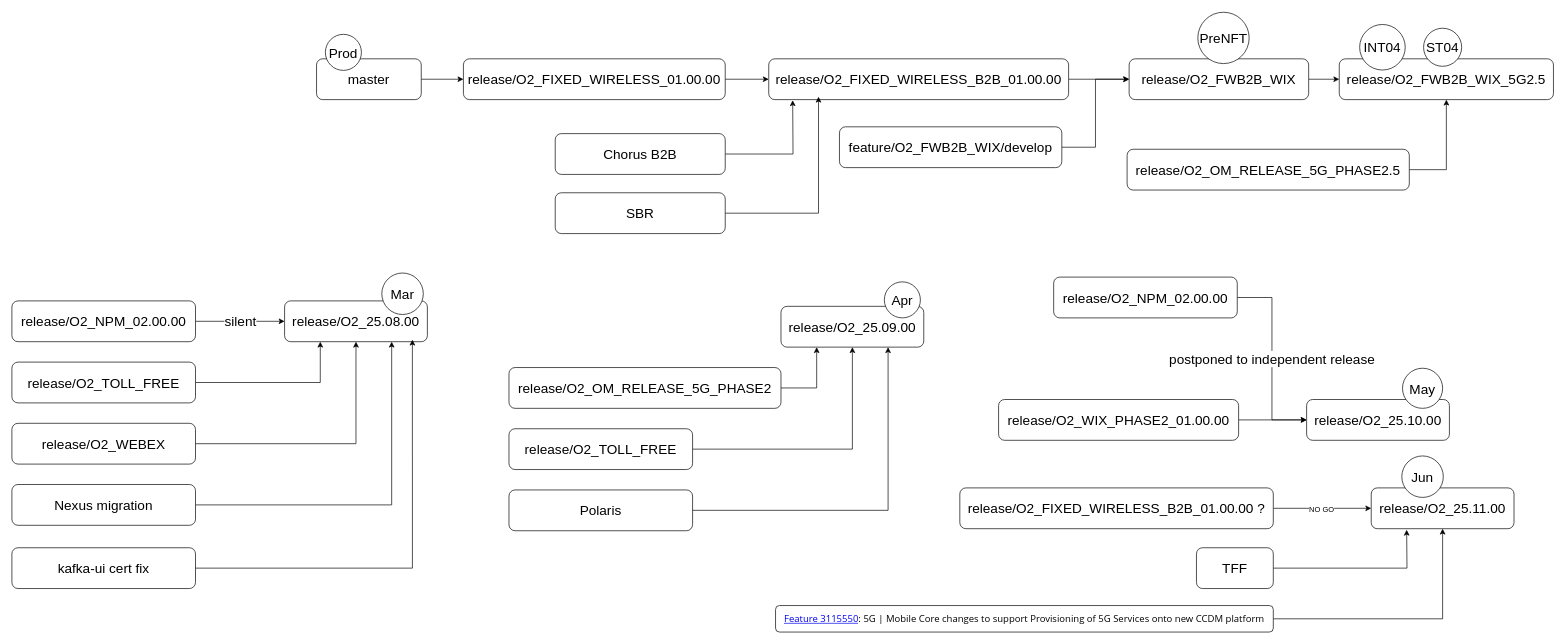
huangdgm/drawio keeps this draw.io diagram as sparknz_branches.drawio. Above is the earlier version. Source tidied: cells renumbered, new cells numbered last; positions are measured from the earlier drawing's top-left corner, leaving out a move shared by most shapes. Both pictures are drawn from the tidied source at 68%, with x=0, y=0 at pixel (12, 12).
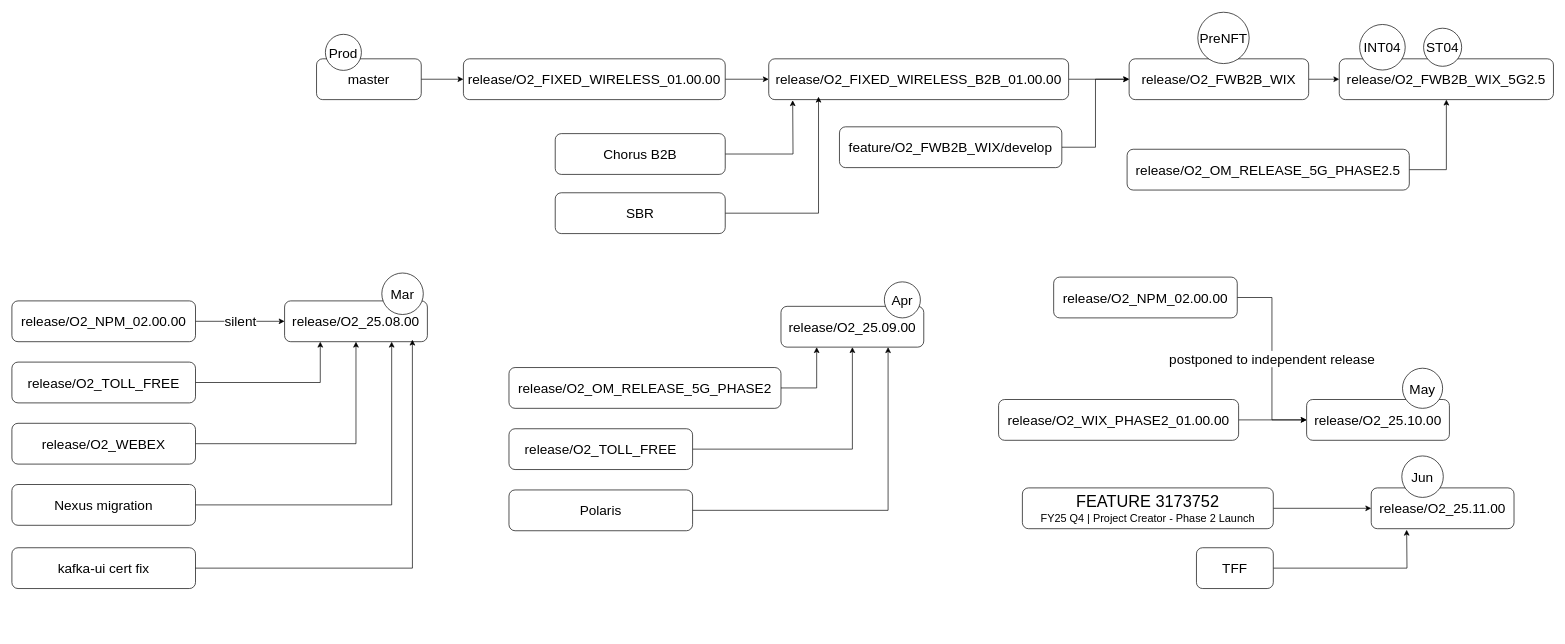
The same diagram, later.

Unchanged cells that the change refers to:
```xml
<mxCell id="46" value="release/O2_25.11.00" style="rounded=1;whiteSpace=wrap;html=1;fontSize=20;" parent="1" vertex="1">
  <mxGeometry x="1999" y="699" width="210" height="60" as="geometry" />
</mxCell>
```

Diff of the diagram source:
```diff
@@
-    <mxCell id="38" style="edgeStyle=orthogonalEdgeStyle;rounded=0;jettySize=auto;html=1;exitX=1;exitY=0.5;exitDx=0;exitDy=0;entryX=0;entryY=0.5;entryDx=0;entryDy=0;fontSize=20;" parent="1" edge="1" source="40" target="46">
-      <mxGeometry relative="1" as="geometry" />
-    </mxCell>
-    <mxCell id="39" value="NO GO" style="edgeLabel;html=1;align=center;verticalAlign=middle;" parent="38" vertex="1">
-      <mxGeometry x="-0.03" y="-1" relative="1" as="geometry" />
-    </mxCell>
-    <mxCell id="40" value="release/O2_FIXED_WIRELESS_B2B_01.00.00 ?" style="rounded=1;whiteSpace=wrap;html=1;fontSize=20;" parent="1" vertex="1">
-      <mxGeometry x="1394" y="699" width="461" height="60" as="geometry" />
-    </mxCell>
@@
-    <mxCell id="54" style="edgeStyle=orthogonalEdgeStyle;rounded=0;jettySize=auto;html=1;exitX=1;exitY=0.5;exitDx=0;exitDy=0;entryX=0.5;entryY=1;entryDx=0;entryDy=0;" parent="1" edge="1" source="55" target="46">
-      <mxGeometry relative="1" as="geometry" />
-    </mxCell>
-    <mxCell id="55" value="&lt;a style=&quot;box-sizing: border-box; border-radius: 2px; cursor: pointer; outline: transparent; transition: color 80ms cubic-bezier(0.165, 0.84, 0.44, 1), background 80ms linear; font-family: &amp;quot;Segoe UI VSS (Regular)&amp;quot;, &amp;quot;Segoe UI&amp;quot;, -apple-system, &amp;quot;system-ui&amp;quot;, Roboto, &amp;quot;Helvetica Neue&amp;quot;, Helvetica, Ubuntu, Arial, sans-serif, &amp;quot;Apple Color Emoji&amp;quot;, &amp;quot;Segoe UI Emoji&amp;quot;, &amp;quot;Segoe UI Symbol&amp;quot;; font-size: 14px; text-align: start; white-space: pre; background-color: rgb(255, 255, 255);&quot; tabindex=&quot;0&quot; href=&quot;https://dev.azure.com/sparknz/Spark/_workitems/edit/3115550&quot; class=&quot;bolt-link&quot;&gt;Feature 3115550&lt;/a&gt;&lt;span style=&quot;font-family: &amp;quot;Segoe UI VSS (Regular)&amp;quot;, &amp;quot;Segoe UI&amp;quot;, -apple-system, &amp;quot;system-ui&amp;quot;, Roboto, &amp;quot;Helvetica Neue&amp;quot;, Helvetica, Ubuntu, Arial, sans-serif, &amp;quot;Apple Color Emoji&amp;quot;, &amp;quot;Segoe UI Emoji&amp;quot;, &amp;quot;Segoe UI Symbol&amp;quot;; font-size: 14px; text-align: start; white-space: pre; background-color: rgb(255, 255, 255);&quot;&gt;: 5G | Mobile Core changes to support Provisioning of 5G Services onto new CCDM platform&lt;/span&gt;" style="rounded=1;whiteSpace=wrap;html=1;" parent="1" vertex="1">
-      <mxGeometry x="1123" y="872" width="732" height="39" as="geometry" />
-    </mxCell>
@@
+    <mxCell id="58" style="edgeStyle=orthogonalEdgeStyle;rounded=0;jettySize=auto;html=1;exitX=1;exitY=0.5;exitDx=0;exitDy=0;entryX=0;entryY=0.5;entryDx=0;entryDy=0;" parent="1" edge="1" source="59" target="46">
+      <mxGeometry relative="1" as="geometry" />
+    </mxCell>
+    <mxCell id="59" value="&lt;div&gt;&lt;font style=&quot;font-size: 24px;&quot;&gt;FEATURE 3173752&lt;/font&gt;&lt;/div&gt;&lt;div&gt;&lt;font size=&quot;3&quot;&gt;FY25 Q4 | Project Creator - Phase 2 Launch&lt;/font&gt;&lt;/div&gt;" style="rounded=1;whiteSpace=wrap;html=1;" parent="1" vertex="1">
+      <mxGeometry x="1486" y="699" width="369" height="60" as="geometry" />
+    </mxCell>
```
